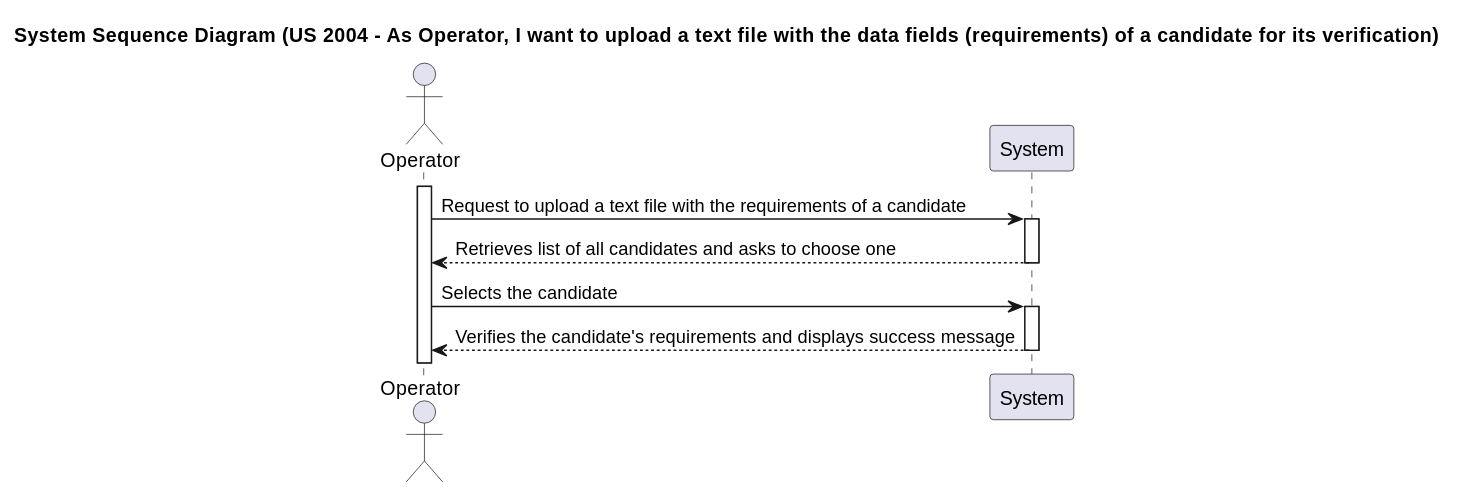
This is docs/sprintC/2004/svg/2004-system-sequence-diagram.svg from marcoferreira37/Lapr4, a PlantUML export, as it was before one commit. Its diagram source:
```plantuml
@startuml
title System Sequence Diagram (US 2004 - As Operator, I want to upload a text file with the data fields (requirements) of a candidate for its verification)

actor Operator as Operator
participant System as "System"

activate Operator
Operator -> System: Request to upload a text file with the requirements of a candidate
activate System
System --> Operator: Retrieves list of all candidates and asks to choose one
deactivate System
Operator -> System: Selects the candidate
activate System
System --> Operator: Verifies the candidate's requirements and displays success message
deactivate System
@enduml
```
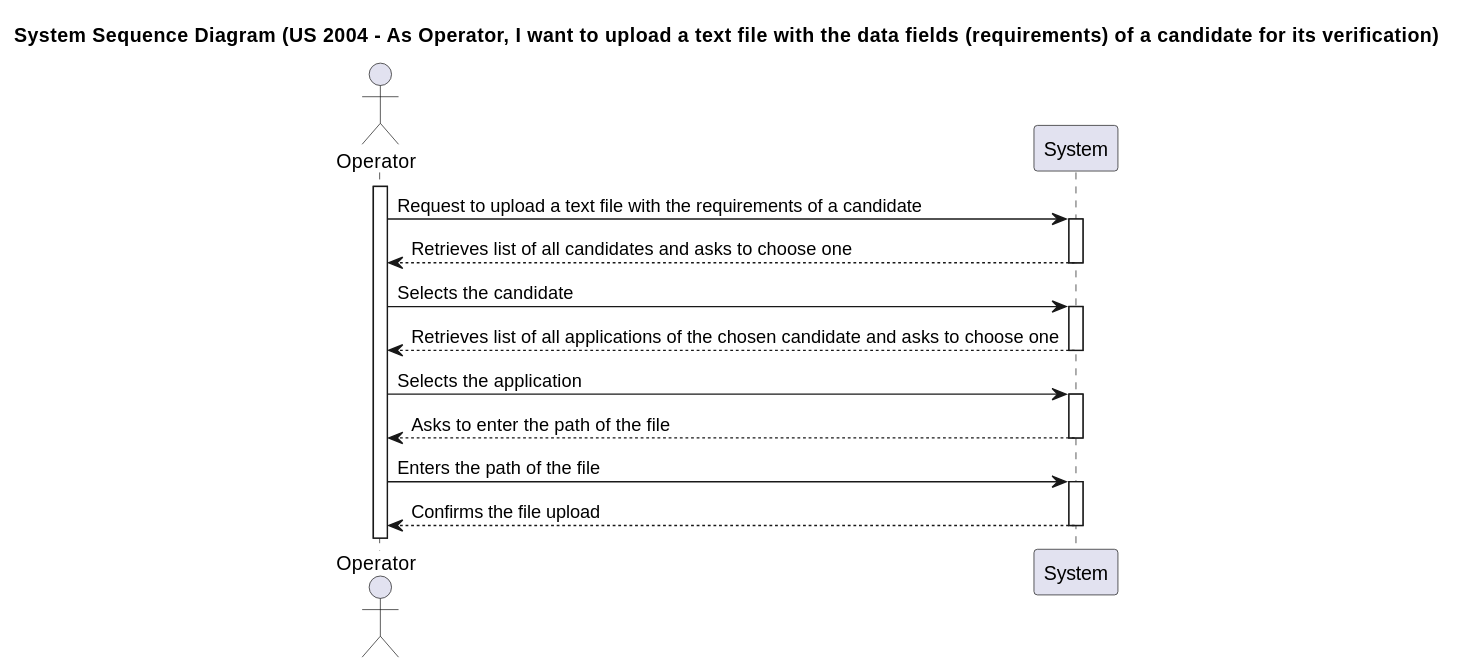
Above is the later version.

Diff of the diagram source:
```diff
@@ -11,6 +11,14 @@
 deactivate System
 Operator -> System: Selects the candidate
 activate System
-System --> Operator: Verifies the candidate's requirements and displays success message
+System --> Operator: Retrieves list of all applications of the chosen candidate and asks to choose one
+deactivate System
+Operator->System: Selects the application
+activate System
+System --> Operator: Asks to enter the path of the file
+deactivate System
+Operator->System: Enters the path of the file
+activate System
+System --> Operator: Confirms the file upload
 deactivate System
 @enduml
```
